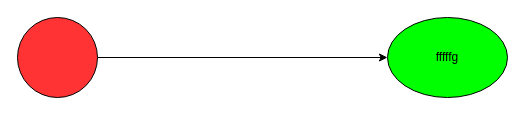
Before: Untitled Diagram.drawio in guci314/bzsmwiki, a draw.io diagram. Source tidied: cells renumbered, new cells numbered last; positions are measured from the earlier drawing's top-left corner, leaving out a move shared by most shapes. Both pictures are drawn from the tidied source at 100%, with x=0, y=0 at pixel (17, 17).
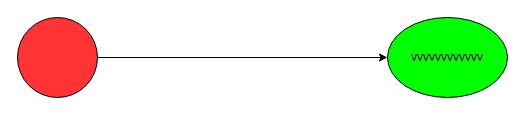
Above is the later version.

The edit, as a diff of the source:
```diff
@@
 <mxGraphModel>
   <root>
     <mxCell id="0" />
     <mxCell id="1" parent="0" />
     <mxCell id="2" style="edgeStyle=orthogonalEdgeStyle;rounded=0;jettySize=auto;html=1;" parent="1" edge="1" source="3" target="4">
       <mxGeometry relative="1" as="geometry" />
     </mxCell>
     <mxCell id="3" style="ellipse;whiteSpace=wrap;html=1;fillColor=#FF3333;" parent="1" vertex="1">
       <mxGeometry width="80" height="80" as="geometry" />
     </mxCell>
-    <mxCell id="4" value="fffffg" style="ellipse;whiteSpace=wrap;html=1;fillColor=#00FF00;" parent="1" vertex="1">
+    <mxCell id="4" value="vvvvvvvvvvvv" style="ellipse;whiteSpace=wrap;html=1;fillColor=#00FF00;" parent="1" vertex="1">
       <mxGeometry x="370" width="120" height="80" as="geometry" />
     </mxCell>
   </root>
 </mxGraphModel>
```
